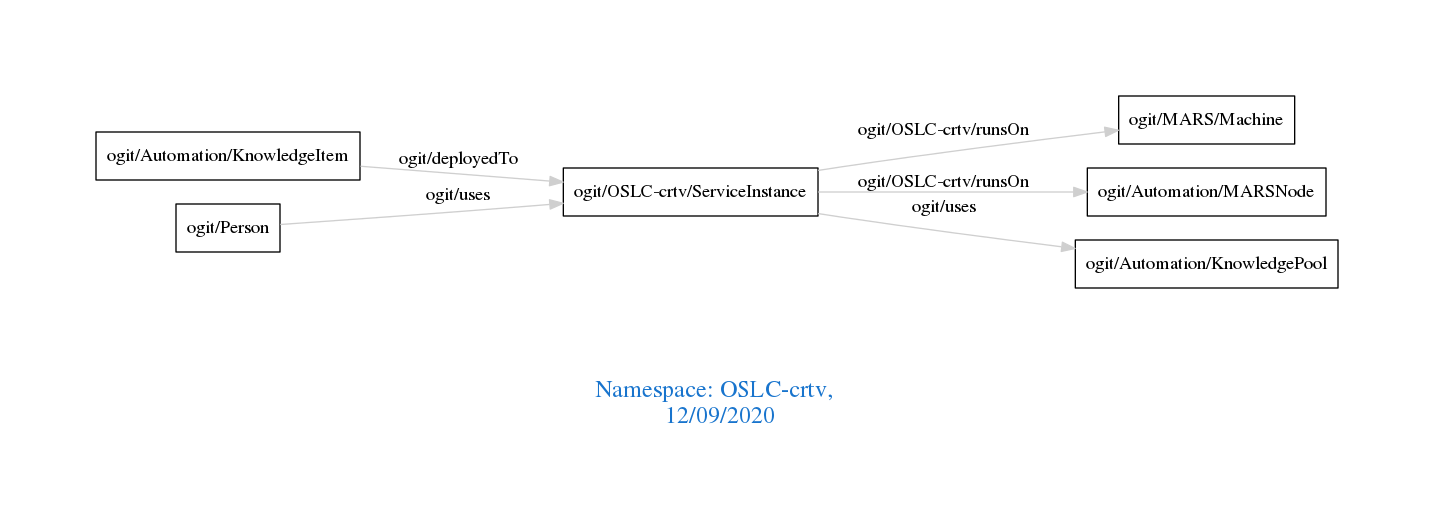
Earlier version of the Graphviz export downloads/OSLC-crtv.png (arago/OGIT). Its source is kept beside it as downloads/OSLC-crtv.dot.
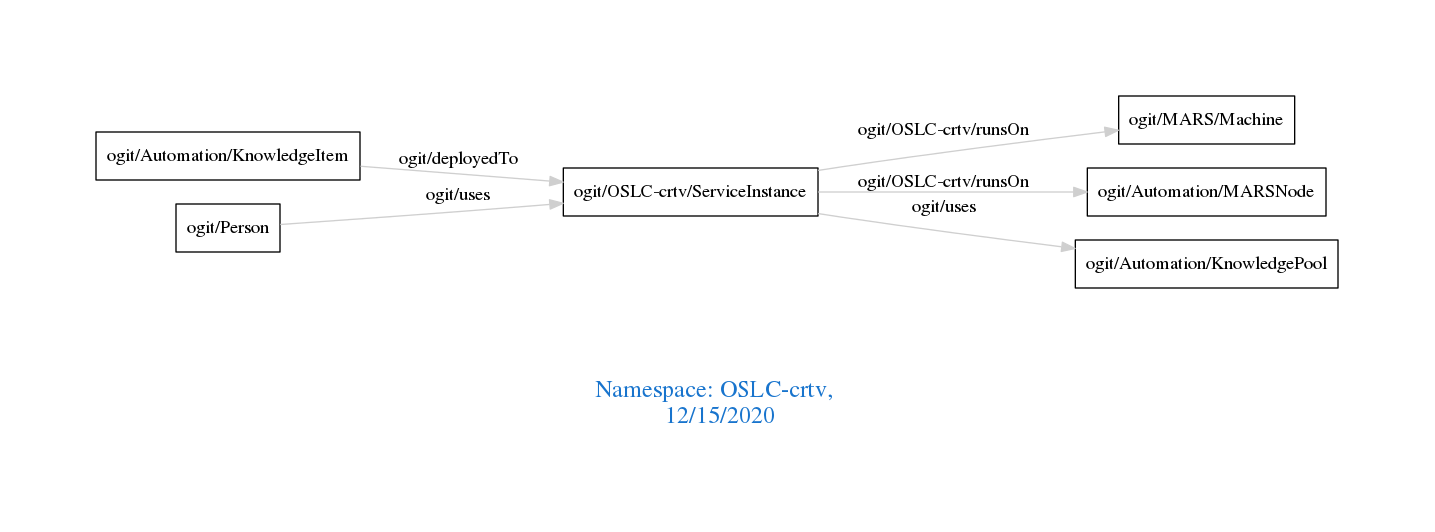
After the change.

The edit, as a diff of the source:
```diff
@@ -1,7 +1,7 @@
 digraph OGIT_ontology {
  graph [ rankdir= LR,pad=1
 fontsize = 18,
-fontcolor= dodgerblue3,label = "\n\n\nNamespace: OSLC-crtv, \n 12/09/2020"];
+fontcolor= dodgerblue3,label = "\n\n\nNamespace: OSLC-crtv, \n 12/15/2020"];
 node[shape=polygon];
 edge [  color="gray81"];
 
```
